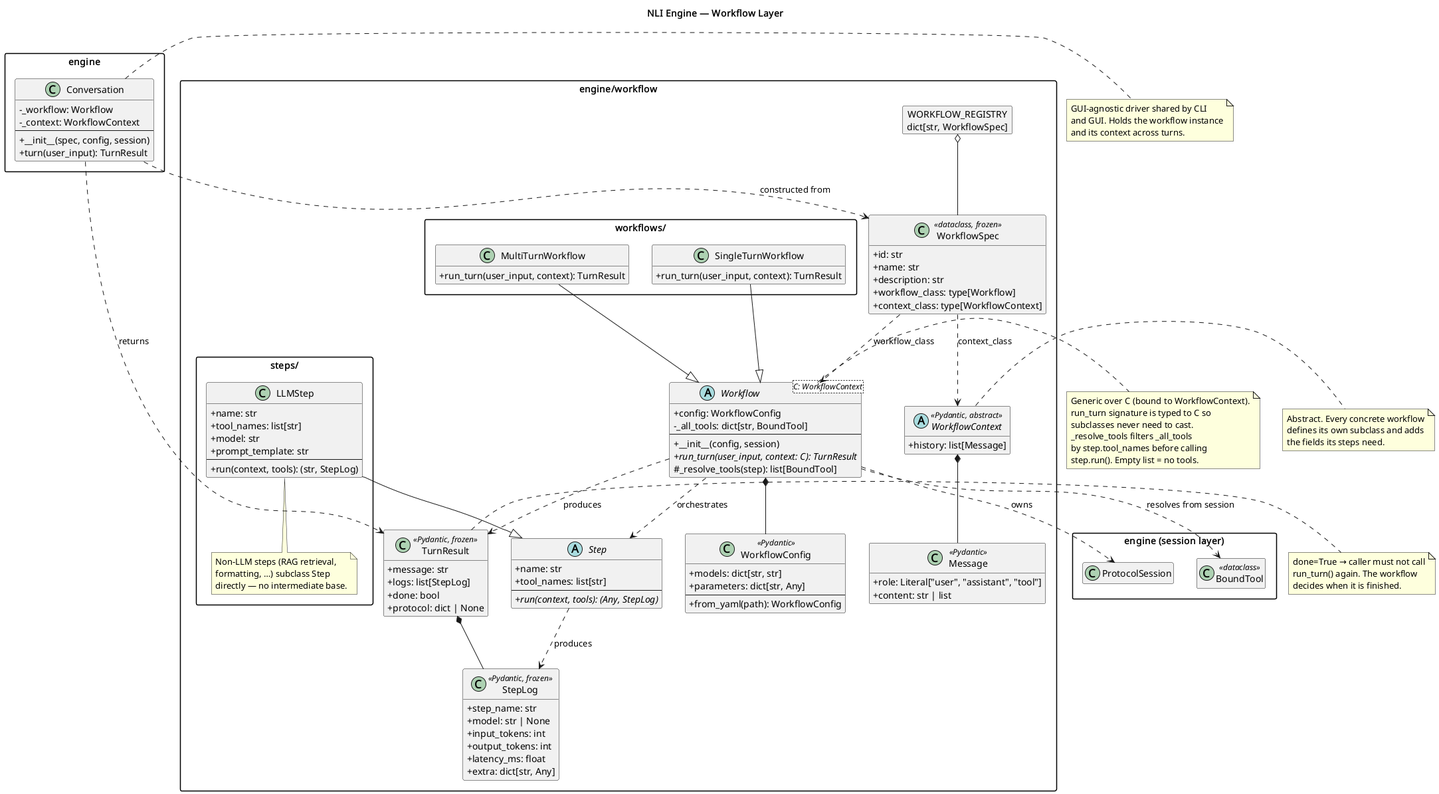
Above: docs/design/workflow_layer/workflow_layer.png in Congiuntivo/cams-nli-engine (PlantUML), before the change.
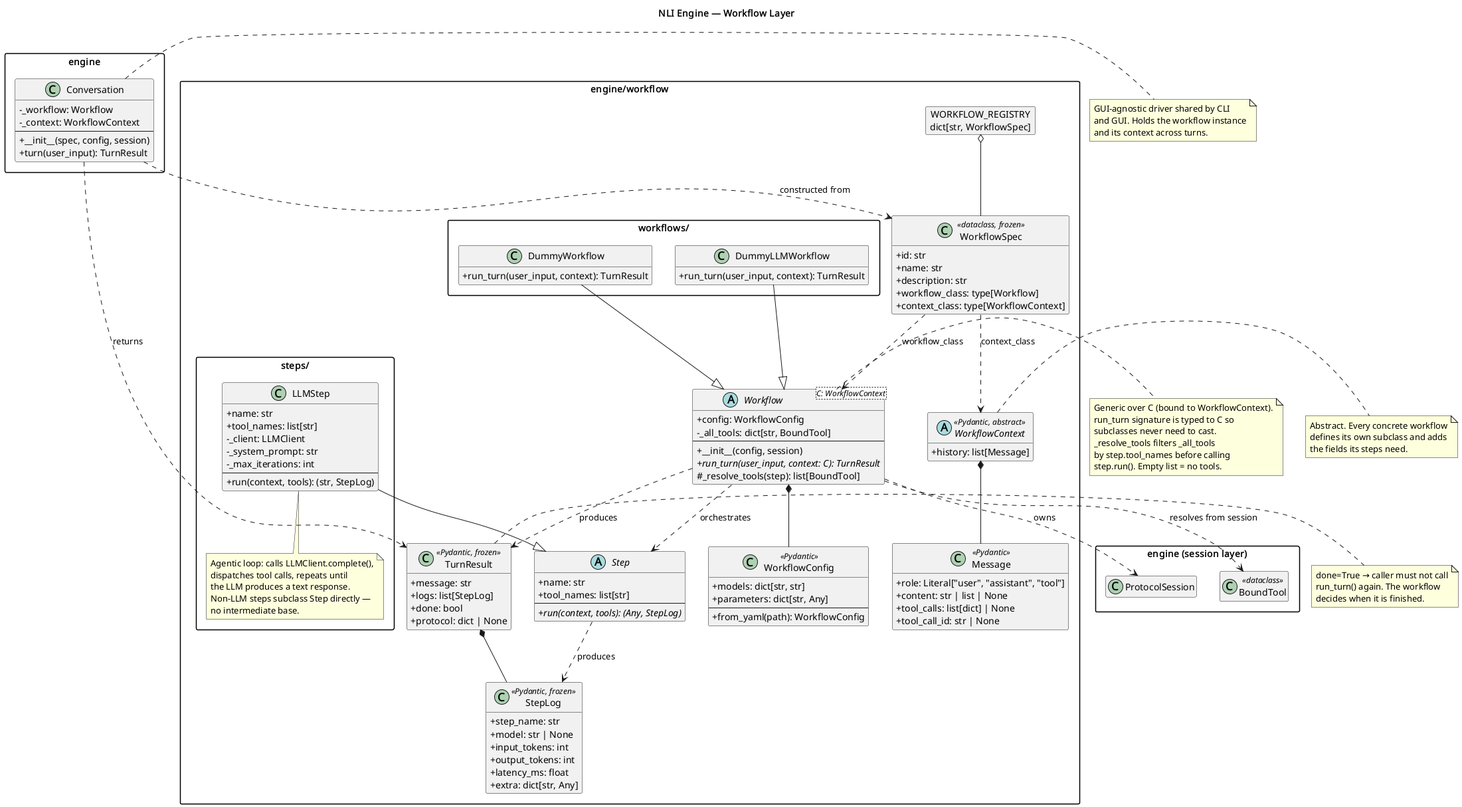
Later version of the same file.

Change to the diagram source:
```diff
@@ -16,7 +16,9 @@
 
     class Message <<Pydantic>> {
         + role: Literal["user", "assistant", "tool"]
-        + content: str | list
+        + content: str | list | None
+        + tool_calls: list[dict] | None
+        + tool_call_id: str | None
     }
 
     abstract class WorkflowContext <<Pydantic, abstract>> {
@@ -69,25 +71,28 @@
         class LLMStep {
             + name: str
             + tool_names: list[str]
-            + model: str
-            + prompt_template: str
+            - _client: LLMClient
+            - _system_prompt: str
+            - _max_iterations: int
             --
             + run(context, tools): (str, StepLog)
         }
 
         note bottom of LLMStep
-          Non-LLM steps (RAG retrieval,
-          formatting, …) subclass Step
-          directly — no intermediate base.
+          Agentic loop: calls LLMClient.complete(),
+          dispatches tool calls, repeats until
+          the LLM produces a text response.
+          Non-LLM steps subclass Step directly —
+          no intermediate base.
         end note
     }
 
     package "workflows/" {
-        class MultiTurnWorkflow {
+        class DummyWorkflow {
             + run_turn(user_input, context): TurnResult
         }
 
-        class SingleTurnWorkflow {
+        class DummyLLMWorkflow {
             + run_turn(user_input, context): TurnResult
         }
     }
@@ -125,8 +130,8 @@
 Conversation ..> TurnResult : returns
 
 LLMStep --|> Step
-MultiTurnWorkflow --|> Workflow
-SingleTurnWorkflow --|> Workflow
+DummyWorkflow --|> Workflow
+DummyLLMWorkflow --|> Workflow
 
 note right of WorkflowContext
   Abstract. Every concrete workflow
```
